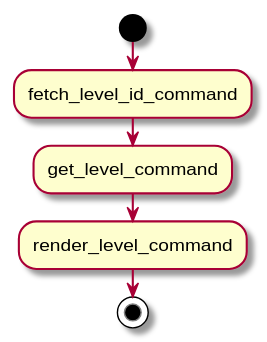
Above: build/uml/level_get_controller.svg in arpb2/C-3PO (PlantUML), before the change.
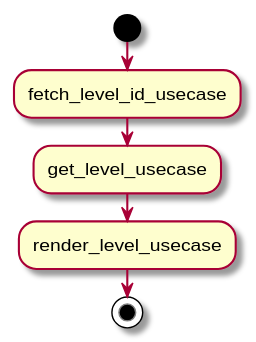
Later version of the same file.

The edit, as a diff of the source:
```diff
@@ -1,7 +1,7 @@
 @startuml
 start
-:fetch_level_id_command;
-:get_level_command;
-:render_level_command;
+:fetch_level_id_usecase;
+:get_level_usecase;
+:render_level_usecase;
 stop
 @enduml
```
